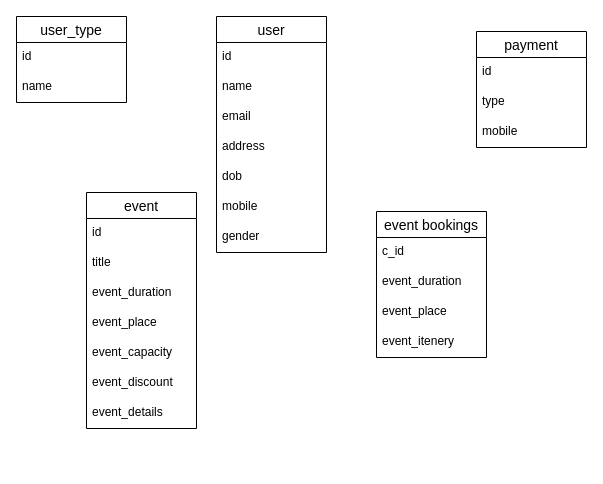
ssaymanasrin10/projects keeps this draw.io diagram as Untitled Diagram.drawio. Above is the earlier version. Source tidied: cells renumbered, new cells numbered last; positions are measured from the earlier drawing's top-left corner, leaving out a move shared by most shapes. Both pictures are drawn from the tidied source at 100%, with x=0, y=0 at pixel (16, 16).
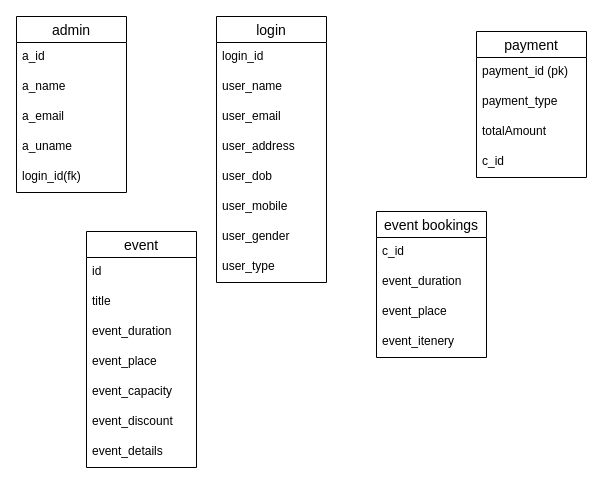
The same page after the edit.

What changed in the source:
```diff
@@
-    <mxCell id="2" value="user_type" style="swimlane;fontStyle=0;horizontal=1;startSize=26;align=center;fontSize=14;" parent="1" vertex="1">
-      <mxGeometry width="110" height="86" as="geometry" />
+    <mxCell id="2" value="admin" style="swimlane;fontStyle=0;horizontal=1;startSize=26;align=center;fontSize=14;" parent="1" vertex="1">
+      <mxGeometry width="110" height="176" as="geometry" />
     </mxCell>
-    <mxCell id="3" value="id" style="text;strokeColor=none;fillColor=none;spacingLeft=4;spacingRight=4;overflow=hidden;fontSize=12;" parent="2" vertex="1">
+    <mxCell id="3" value="a_id" style="text;strokeColor=none;fillColor=none;spacingLeft=4;spacingRight=4;overflow=hidden;fontSize=12;" parent="2" vertex="1">
       <mxGeometry y="26" width="110" height="30" as="geometry" />
     </mxCell>
-    <mxCell id="4" value="name" style="text;strokeColor=none;fillColor=none;spacingLeft=4;spacingRight=4;overflow=hidden;fontSize=12;" parent="2" vertex="1">
+    <mxCell id="4" value="a_name" style="text;strokeColor=none;fillColor=none;spacingLeft=4;spacingRight=4;overflow=hidden;fontSize=12;" parent="2" vertex="1">
       <mxGeometry y="56" width="110" height="30" as="geometry" />
     </mxCell>
+    <mxCell id="30" value="a_email" style="text;strokeColor=none;fillColor=none;spacingLeft=4;spacingRight=4;overflow=hidden;fontSize=12;" parent="2" vertex="1">
+      <mxGeometry y="86" width="110" height="30" as="geometry" />
+    </mxCell>
+    <mxCell id="31" value="a_uname" style="text;strokeColor=none;fillColor=none;spacingLeft=4;spacingRight=4;overflow=hidden;fontSize=12;" parent="2" vertex="1">
+      <mxGeometry y="116" width="110" height="30" as="geometry" />
+    </mxCell>
+    <mxCell id="32" value="login_id(fk)" style="text;strokeColor=none;fillColor=none;spacingLeft=4;spacingRight=4;overflow=hidden;fontSize=12;" parent="2" vertex="1">
+      <mxGeometry y="146" width="110" height="30" as="geometry" />
+    </mxCell>
     <mxCell id="5" value="event" style="swimlane;fontStyle=0;horizontal=1;startSize=26;align=center;fontSize=14;" parent="1" vertex="1">
-      <mxGeometry x="70" y="176" width="110" height="236" as="geometry" />
+      <mxGeometry x="70" y="215" width="110" height="236" as="geometry" />
     </mxCell>
@@
     <mxCell id="18" value="payment" style="swimlane;fontStyle=0;horizontal=1;startSize=26;align=center;fontSize=14;" parent="1" vertex="1">
-      <mxGeometry x="460" y="15" width="110" height="116" as="geometry" />
+      <mxGeometry x="460" y="15" width="110" height="146" as="geometry" />
     </mxCell>
-    <mxCell id="19" value="id" style="text;strokeColor=none;fillColor=none;spacingLeft=4;spacingRight=4;overflow=hidden;fontSize=12;" parent="18" vertex="1">
+    <mxCell id="19" value="payment_id (pk)" style="text;strokeColor=none;fillColor=none;spacingLeft=4;spacingRight=4;overflow=hidden;fontSize=12;" parent="18" vertex="1">
       <mxGeometry y="26" width="110" height="30" as="geometry" />
     </mxCell>
-    <mxCell id="20" value="type" style="text;strokeColor=none;fillColor=none;spacingLeft=4;spacingRight=4;overflow=hidden;fontSize=12;" parent="18" vertex="1">
+    <mxCell id="20" value="payment_type" style="text;strokeColor=none;fillColor=none;spacingLeft=4;spacingRight=4;overflow=hidden;fontSize=12;" parent="18" vertex="1">
       <mxGeometry y="56" width="110" height="30" as="geometry" />
     </mxCell>
-    <mxCell id="21" value="mobile" style="text;strokeColor=none;fillColor=none;spacingLeft=4;spacingRight=4;overflow=hidden;fontSize=12;" parent="18" vertex="1">
+    <mxCell id="21" value="totalAmount" style="text;strokeColor=none;fillColor=none;spacingLeft=4;spacingRight=4;overflow=hidden;fontSize=12;" parent="18" vertex="1">
       <mxGeometry y="86" width="110" height="30" as="geometry" />
     </mxCell>
+    <mxCell id="33" value="c_id" style="text;strokeColor=none;fillColor=none;spacingLeft=4;spacingRight=4;overflow=hidden;fontSize=12;" parent="18" vertex="1">
+      <mxGeometry y="116" width="110" height="30" as="geometry" />
+    </mxCell>
-    <mxCell id="22" value="user" style="swimlane;fontStyle=0;horizontal=1;startSize=26;align=center;fontSize=14;" parent="1" vertex="1">
-      <mxGeometry x="200" width="110" height="236" as="geometry" />
+    <mxCell id="22" value="login" style="swimlane;fontStyle=0;horizontal=1;startSize=26;align=center;fontSize=14;" parent="1" vertex="1">
+      <mxGeometry x="200" width="110" height="266" as="geometry" />
     </mxCell>
-    <mxCell id="23" value="id" style="text;strokeColor=none;fillColor=none;spacingLeft=4;spacingRight=4;overflow=hidden;fontSize=12;" parent="22" vertex="1">
+    <mxCell id="23" value="login_id" style="text;strokeColor=none;fillColor=none;spacingLeft=4;spacingRight=4;overflow=hidden;fontSize=12;" parent="22" vertex="1">
       <mxGeometry y="26" width="110" height="30" as="geometry" />
     </mxCell>
-    <mxCell id="24" value="name" style="text;strokeColor=none;fillColor=none;spacingLeft=4;spacingRight=4;overflow=hidden;fontSize=12;" parent="22" vertex="1">
+    <mxCell id="24" value="user_name" style="text;strokeColor=none;fillColor=none;spacingLeft=4;spacingRight=4;overflow=hidden;fontSize=12;" parent="22" vertex="1">
       <mxGeometry y="56" width="110" height="30" as="geometry" />
     </mxCell>
-    <mxCell id="25" value="email" style="text;strokeColor=none;fillColor=none;spacingLeft=4;spacingRight=4;overflow=hidden;fontSize=12;" parent="22" vertex="1">
+    <mxCell id="25" value="user_email" style="text;strokeColor=none;fillColor=none;spacingLeft=4;spacingRight=4;overflow=hidden;fontSize=12;" parent="22" vertex="1">
       <mxGeometry y="86" width="110" height="30" as="geometry" />
     </mxCell>
-    <mxCell id="26" value="address" style="text;strokeColor=none;fillColor=none;spacingLeft=4;spacingRight=4;overflow=hidden;fontSize=12;" parent="22" vertex="1">
+    <mxCell id="26" value="user_address" style="text;strokeColor=none;fillColor=none;spacingLeft=4;spacingRight=4;overflow=hidden;fontSize=12;" parent="22" vertex="1">
       <mxGeometry y="116" width="110" height="30" as="geometry" />
     </mxCell>
-    <mxCell id="27" value="dob" style="text;strokeColor=none;fillColor=none;spacingLeft=4;spacingRight=4;overflow=hidden;fontSize=12;" parent="22" vertex="1">
+    <mxCell id="27" value="user_dob" style="text;strokeColor=none;fillColor=none;spacingLeft=4;spacingRight=4;overflow=hidden;fontSize=12;" parent="22" vertex="1">
       <mxGeometry y="146" width="110" height="30" as="geometry" />
     </mxCell>
-    <mxCell id="28" value="mobile" style="text;strokeColor=none;fillColor=none;spacingLeft=4;spacingRight=4;overflow=hidden;fontSize=12;" parent="22" vertex="1">
+    <mxCell id="28" value="user_mobile" style="text;strokeColor=none;fillColor=none;spacingLeft=4;spacingRight=4;overflow=hidden;fontSize=12;" parent="22" vertex="1">
       <mxGeometry y="176" width="110" height="30" as="geometry" />
     </mxCell>
-    <mxCell id="29" value="gender" style="text;strokeColor=none;fillColor=none;spacingLeft=4;spacingRight=4;overflow=hidden;fontSize=12;" parent="22" vertex="1">
+    <mxCell id="29" value="user_gender" style="text;strokeColor=none;fillColor=none;spacingLeft=4;spacingRight=4;overflow=hidden;fontSize=12;" parent="22" vertex="1">
       <mxGeometry y="206" width="110" height="30" as="geometry" />
     </mxCell>
+    <mxCell id="34" value="user_type" style="text;strokeColor=none;fillColor=none;spacingLeft=4;spacingRight=4;overflow=hidden;fontSize=12;" parent="22" vertex="1">
+      <mxGeometry y="236" width="110" height="30" as="geometry" />
+    </mxCell>
```
